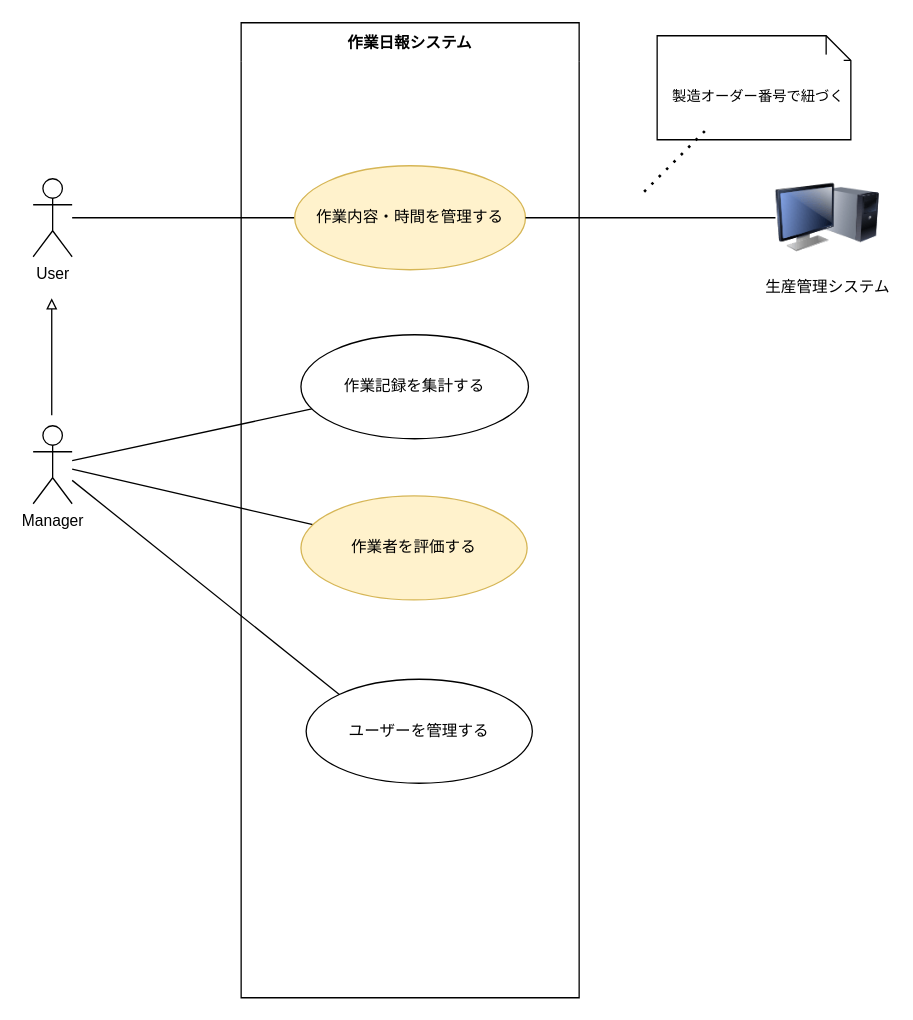
Above: page "uc" (1 of 8) of docs/blueprint.drawio in junyatanak/work-report-system (draw.io), before the change. Source tidied: cells renumbered, new cells numbered last; positions are measured from the earlier drawing's top-left corner, leaving out a move shared by most shapes. Both pictures are drawn from the tidied source at 130%, with x=0, y=0 at pixel (32, 22).
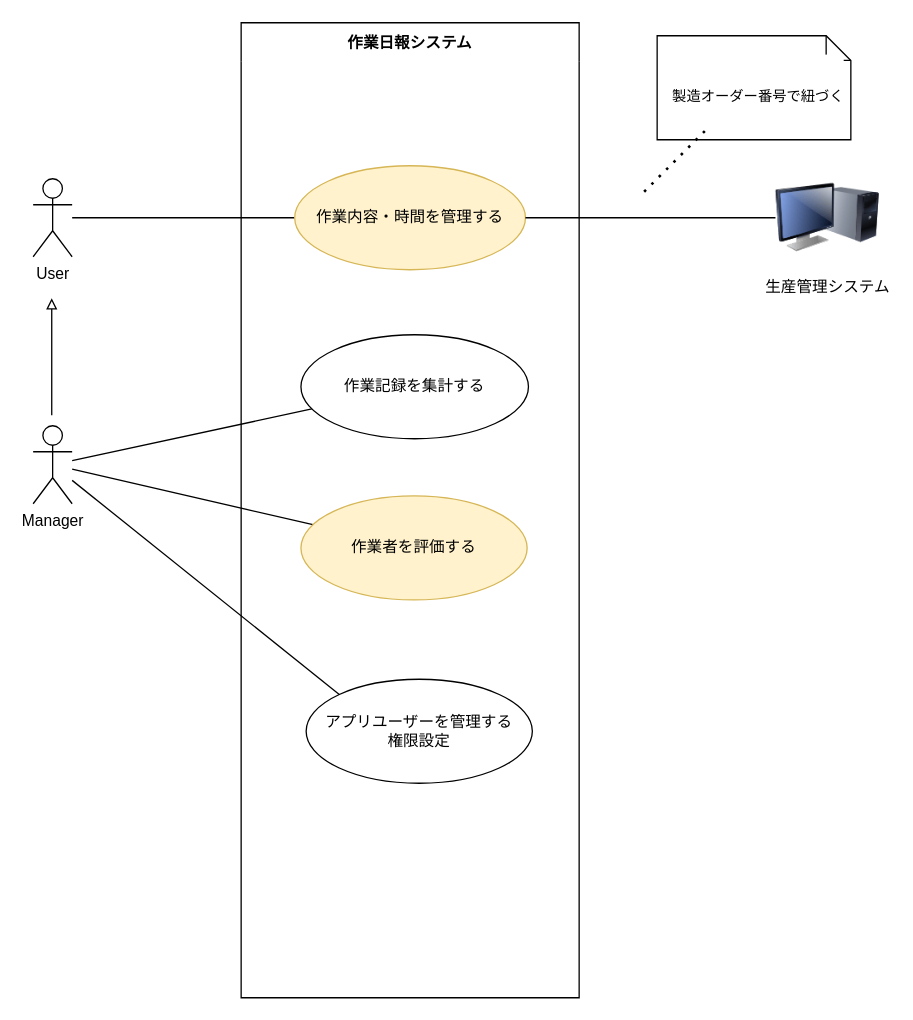
The same diagram, later.

The edit, as a diff of the source:
```diff
@@
 <mxGraphModel>
   <root>
     <mxCell id="0" />
     <mxCell id="1" parent="0" />
     <mxCell id="2" style="edgeStyle=none;html=1;endArrow=none;endFill=0;" parent="1" edge="1" source="3" target="8">
       <mxGeometry relative="1" as="geometry" />
     </mxCell>
     <mxCell id="3" value="User" style="shape=umlActor;verticalLabelPosition=bottom;verticalAlign=top;html=1;" parent="1" vertex="1">
       <mxGeometry y="120" width="30" height="60" as="geometry" />
     </mxCell>
     <mxCell id="4" style="edgeStyle=none;html=1;endArrow=none;endFill=0;" parent="1" edge="1" source="6" target="9">
       <mxGeometry relative="1" as="geometry" />
     </mxCell>
     <mxCell id="5" style="edgeStyle=none;html=1;endArrow=none;endFill=0;" parent="1" edge="1" source="6" target="10">
       <mxGeometry relative="1" as="geometry" />
     </mxCell>
     <mxCell id="6" value="Manager" style="shape=umlActor;verticalLabelPosition=bottom;verticalAlign=top;html=1;" parent="1" vertex="1">
       <mxGeometry y="310" width="30" height="60" as="geometry" />
     </mxCell>
     <mxCell id="7" value="作業日報システム" style="swimlane;startSize=30;fillColor=none;strokeColor=default;swimlaneLine=0;" parent="1" vertex="1">
       <mxGeometry x="160" width="260" height="750" as="geometry" />
     </mxCell>
     <mxCell id="8" value="作業内容・時間を管理する" style="ellipse;whiteSpace=wrap;html=1;verticalAlign=middle;fillColor=#fff2cc;strokeColor=#d6b656;" parent="7" vertex="1">
       <mxGeometry x="41.2" y="110" width="177.5" height="80" as="geometry" />
     </mxCell>
     <mxCell id="9" value="作業記録を集計する" style="ellipse;whiteSpace=wrap;html=1;verticalAlign=middle;" parent="7" vertex="1">
       <mxGeometry x="46" y="240" width="175" height="80" as="geometry" />
     </mxCell>
     <mxCell id="10" value="作業者を評価する" style="ellipse;whiteSpace=wrap;html=1;verticalAlign=middle;fillColor=#fff2cc;strokeColor=#d6b656;" parent="7" vertex="1">
       <mxGeometry x="46" y="364" width="174" height="80" as="geometry" />
     </mxCell>
-    <mxCell id="11" value="ユーザーを管理する" style="ellipse;whiteSpace=wrap;html=1;verticalAlign=middle;" parent="7" vertex="1">
+    <mxCell id="11" value="アプリユーザーを管理する&lt;div&gt;権限設定&lt;/div&gt;" style="ellipse;whiteSpace=wrap;html=1;verticalAlign=middle;" parent="7" vertex="1">
       <mxGeometry x="50" y="505" width="174" height="80" as="geometry" />
     </mxCell>
     <mxCell id="12" value="生産管理システム" style="image;html=1;image=img/lib/clip_art/computers/Monitor_Tower_128x128.png;" parent="1" vertex="1">
       <mxGeometry x="571" y="110" width="80" height="80" as="geometry" />
     </mxCell>
     <mxCell id="13" style="edgeStyle=none;html=1;entryX=0;entryY=0.5;entryDx=0;entryDy=0;endArrow=none;endFill=0;" parent="1" edge="1" source="8" target="12">
       <mxGeometry relative="1" as="geometry" />
     </mxCell>
     <mxCell id="14" style="edgeStyle=none;html=1;endArrow=none;endFill=0;entryX=0;entryY=0;entryDx=0;entryDy=0;" parent="1" edge="1" source="6" target="11">
       <mxGeometry relative="1" as="geometry" />
     </mxCell>
     <mxCell id="15" style="html=1;verticalAlign=bottom;labelBackgroundColor=none;endArrow=block;endFill=0;" parent="1" edge="1">
       <mxGeometry relative="1" as="geometry">
         <mxPoint x="14.3" y="302" as="sourcePoint" />
         <mxPoint x="14.3" y="212" as="targetPoint" />
       </mxGeometry>
     </mxCell>
     <mxCell id="16" value="&lt;div&gt;&lt;br&gt;&lt;/div&gt;&lt;div&gt;&lt;br&gt;&lt;/div&gt;製造オーダー番号で紐づく" style="shape=note;size=19;align=left;spacingLeft=10;html=1;whiteSpace=wrap;strokeColor=default;strokeWidth=1;verticalAlign=top;spacingTop=8;fontFamily=Helvetica;fontSize=11;fontColor=default;labelBackgroundColor=default;fillColor=default;" parent="1" vertex="1">
       <mxGeometry x="480" y="10" width="149" height="80" as="geometry" />
     </mxCell>
     <mxCell id="17" style="endArrow=none;dashed=1;html=1;dashPattern=1 3;strokeWidth=2;" parent="1" edge="1">
       <mxGeometry relative="1" as="geometry">
         <mxPoint x="470" y="130" as="sourcePoint" />
         <mxPoint x="520" y="80" as="targetPoint" />
       </mxGeometry>
     </mxCell>
   </root>
 </mxGraphModel>
```
